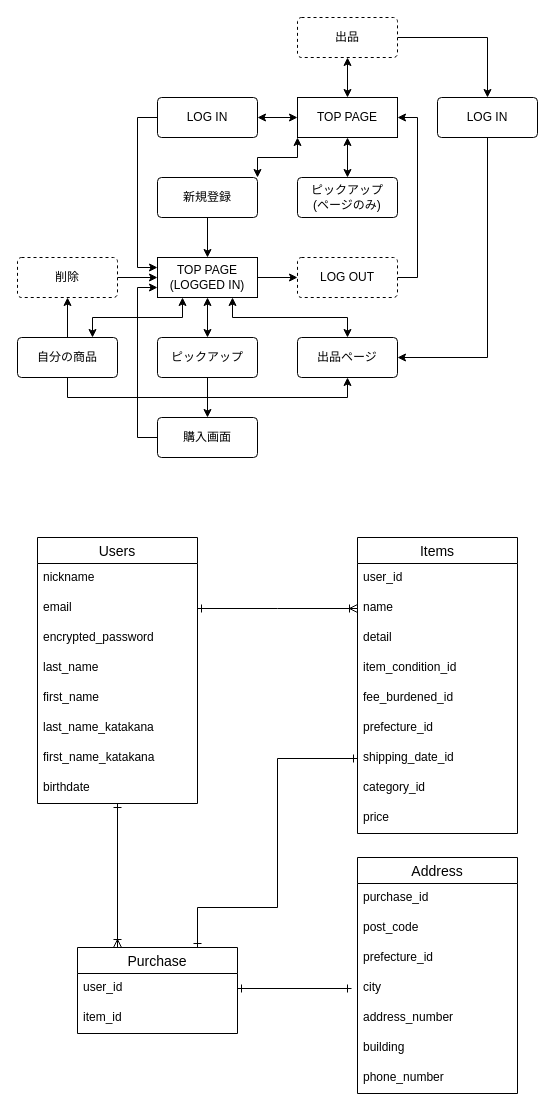
This is furima.dio from akitomoj/furima-29583, a draw.io file, before an edit. Source tidied: cells renumbered, new cells numbered last; positions are measured from the earlier drawing's top-left corner, leaving out a move shared by most shapes. Both pictures are drawn from the tidied source at 100%, with x=0, y=0 at pixel (17, 17).
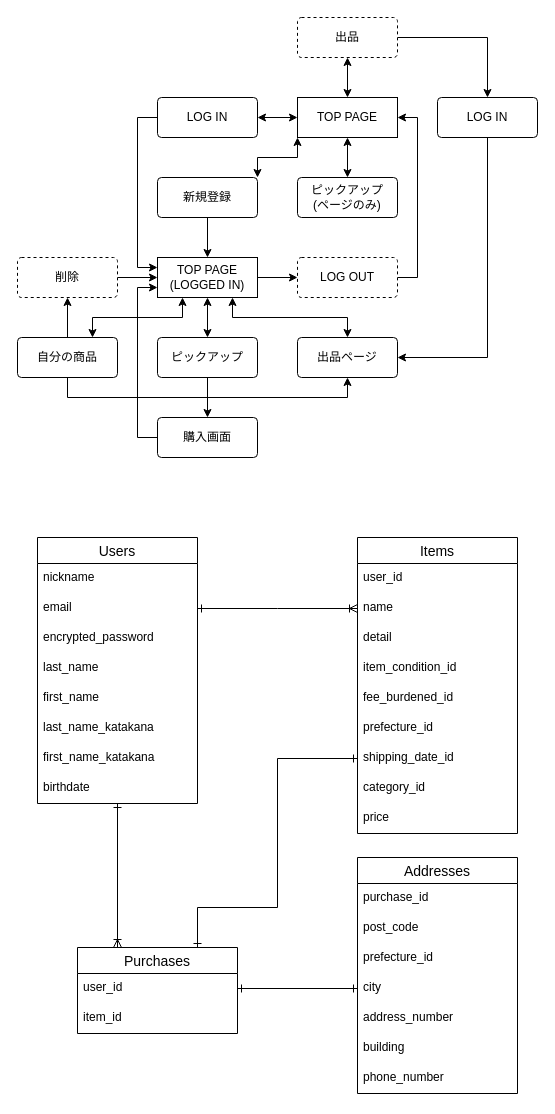
After the change.

Commit message (it also covers changes not shown here):
テーブル設計：readmeとER図−修正2

The change refers to these unchanged cells:
```xml
<mxCell id="57" value="city" style="text;strokeColor=none;fillColor=none;spacingLeft=4;spacingRight=4;overflow=hidden;points=[[0,0.5],[1,0.5]];portConstraint=eastwest;fontSize=12;" parent="53" vertex="1">
  <mxGeometry y="116" width="160" height="30" as="geometry" />
</mxCell>
<mxCell id="62" value="user_id" style="text;strokeColor=none;fillColor=none;spacingLeft=4;spacingRight=4;overflow=hidden;points=[[0,0.5],[1,0.5]];portConstraint=eastwest;fontSize=12;" parent="61" vertex="1">
  <mxGeometry y="26" width="160" height="30" as="geometry" />
</mxCell>
```

Diff of the diagram source:
```diff
@@
-    <mxCell id="53" value="Address" style="swimlane;fontStyle=0;horizontal=1;startSize=26;align=center;fontSize=14;" parent="1" vertex="1">
+    <mxCell id="53" value="Addresses" style="swimlane;fontStyle=0;horizontal=1;startSize=26;align=center;fontSize=14;" parent="1" vertex="1">
       <mxGeometry x="340" y="840" width="160" height="236" as="geometry" />
     </mxCell>
@@
-    <mxCell id="61" value="Purchase" style="swimlane;fontStyle=0;horizontal=1;startSize=26;align=center;fontSize=14;" parent="1" vertex="1">
+    <mxCell id="61" value="Purchases" style="swimlane;fontStyle=0;horizontal=1;startSize=26;align=center;fontSize=14;" parent="1" vertex="1">
       <mxGeometry x="60" y="930" width="160" height="86" as="geometry" />
     </mxCell>
@@
-    <mxCell id="65" style="edgeStyle=orthogonalEdgeStyle;rounded=0;jettySize=auto;html=1;exitX=1;exitY=0.5;exitDx=0;exitDy=0;endArrow=ERone;endFill=0;targetPerimeterSpacing=6;strokeWidth=1;startArrow=ERone;startFill=0;strokeColor=#000000;" parent="1" edge="1" source="62" target="57">
+    <mxCell id="65" style="edgeStyle=orthogonalEdgeStyle;rounded=0;jettySize=auto;html=1;exitX=1;exitY=0.5;exitDx=0;exitDy=0;endArrow=ERone;endFill=0;targetPerimeterSpacing=6;strokeWidth=1;startArrow=ERone;startFill=0;strokeColor=#000000;entryX=0;entryY=0.5;entryDx=0;entryDy=0;" parent="1" edge="1" source="62" target="57">
       <mxGeometry relative="1" as="geometry" />
     </mxCell>
```
